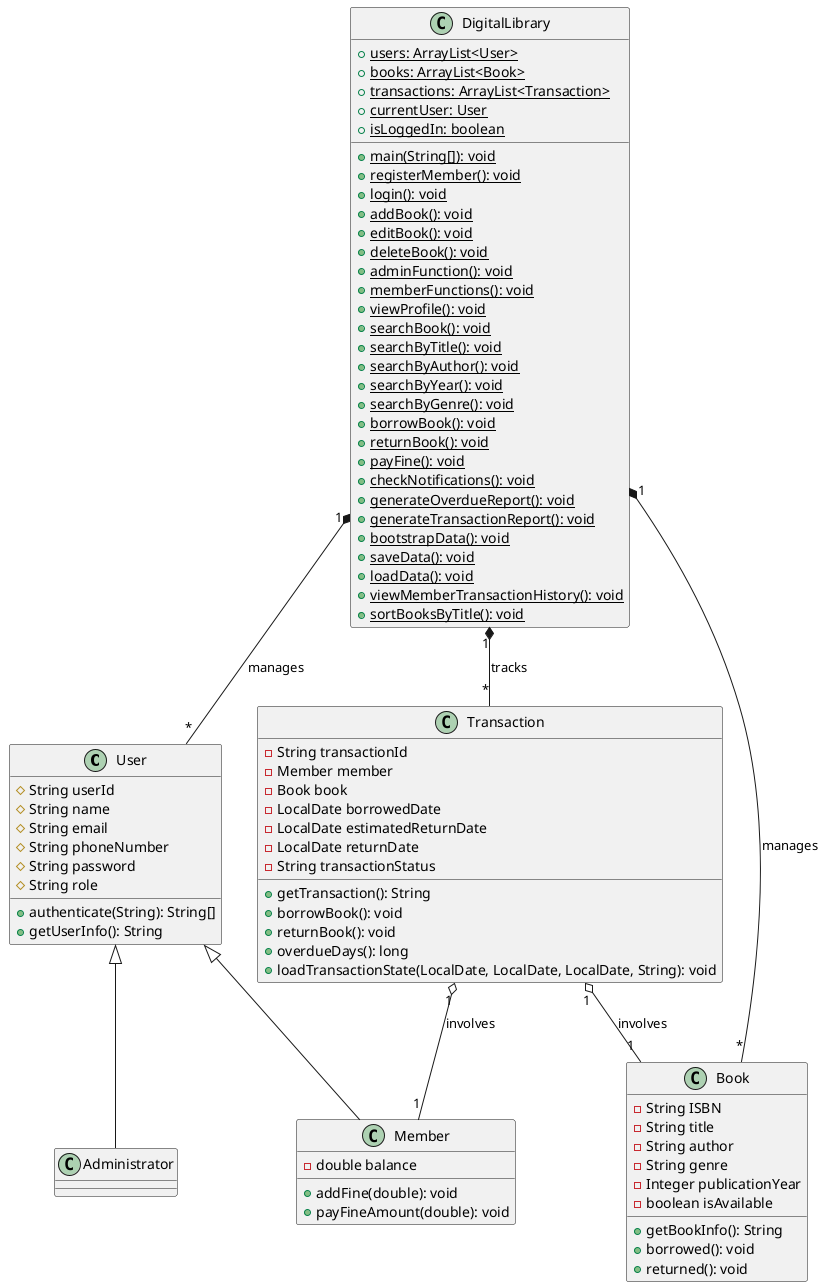
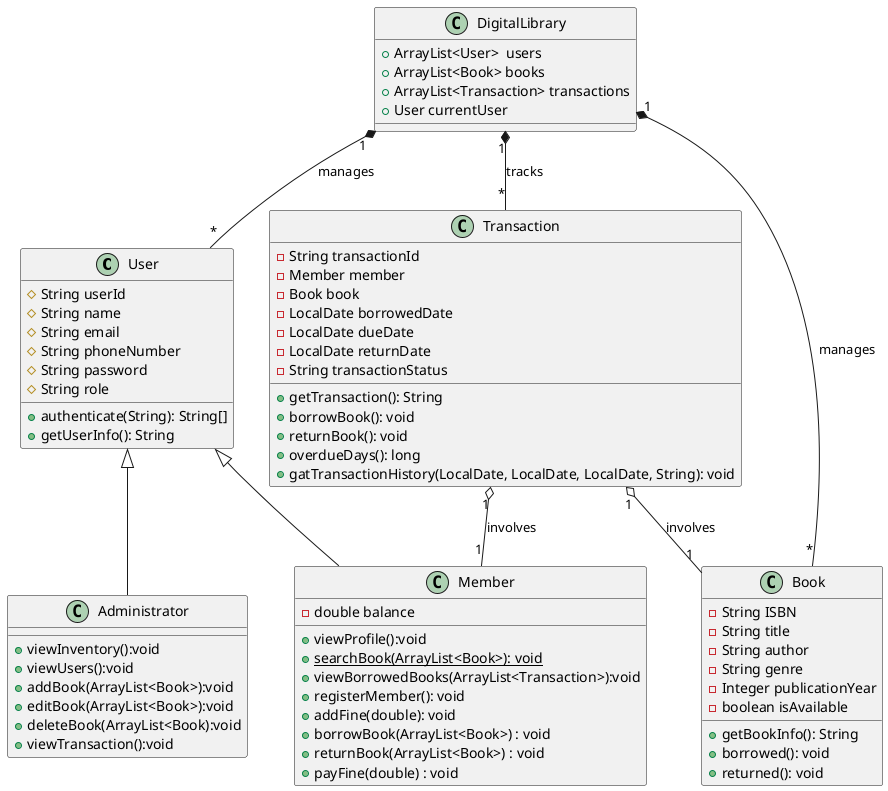
@startuml classDiagram

class User {
    #String userId
    #String name
    #String email
    #String phoneNumber
    #String password
    #String role
    +authenticate(String): String[]
    +getUserInfo(): String
}

class Member {
    -double balance
+     +viewProfile():void
+     {static} +searchBook(ArrayList<Book>): void
+     +viewBorrowedBooks(ArrayList<Transaction>):void
+     +registerMember(): void
    +addFine(double): void
-     +payFineAmount(double): void
+     +borrowBook(ArrayList<Book>) : void
+     +returnBook(ArrayList<Book>) : void
+     +payFine(double) : void
}

class Administrator {
+     +viewInventory():void
+     +viewUsers():void
+     +addBook(ArrayList<Book>):void
+     +editBook(ArrayList<Book>):void
+     +deleteBook(ArrayList<Book):void
+     +viewTransaction():void
}

User <|-- Member
User <|-- Administrator

class Book {
    -String ISBN
    -String title
    -String author
    -String genre
    -Integer publicationYear
    -boolean isAvailable
    +getBookInfo(): String
    +borrowed(): void
    +returned(): void
}

class Transaction {
    -String transactionId
    -Member member
    -Book book
    -LocalDate borrowedDate
-     -LocalDate estimatedReturnDate
+     -LocalDate dueDate
    -LocalDate returnDate
    -String transactionStatus
    +getTransaction(): String
    +borrowBook(): void
    +returnBook(): void
    +overdueDays(): long
-     +loadTransactionState(LocalDate, LocalDate, LocalDate, String): void
+     +gatTransactionHistory(LocalDate, LocalDate, LocalDate, String): void
}

class DigitalLibrary {
-     +{static}users: ArrayList<User>
-     +{static}books: ArrayList<Book>
-     +{static}transactions: ArrayList<Transaction>
-     +{static}currentUser: User
-     +{static}isLoggedIn: boolean
-     +{static}main(String[]): void
-     +{static}registerMember(): void
-     +{static}login(): void
-     +{static}addBook(): void
-     +{static}editBook(): void
-     +{static}deleteBook(): void
-     +{static}adminFunction(): void
-     +{static}memberFunctions(): void
-     +{static}viewProfile(): void
-     +{static}searchBook(): void
-     +{static}searchByTitle(): void
-     +{static}searchByAuthor(): void
-     +{static}searchByYear(): void
-     +{static}searchByGenre(): void
-     +{static}borrowBook(): void
-     +{static}returnBook(): void
-     +{static}payFine(): void
-     +{static}checkNotifications(): void
-     +{static}generateOverdueReport(): void
-     +{static}generateTransactionReport(): void
-     +{static}bootstrapData(): void
-     +{static}saveData(): void
-     +{static}loadData(): void
-     +{static}viewMemberTransactionHistory(): void
-     +{static}sortBooksByTitle(): void
+     +ArrayList<User>  users
+     +ArrayList<Book> books
+     +ArrayList<Transaction> transactions
+     +User currentUser
}

DigitalLibrary "1" *-- "*" Book : manages
DigitalLibrary "1" *-- "*" User : manages
DigitalLibrary "1" *-- "*" Transaction : tracks

Transaction "1" o-- "1" Book : involves
Transaction "1" o-- "1" Member : involves

@enduml